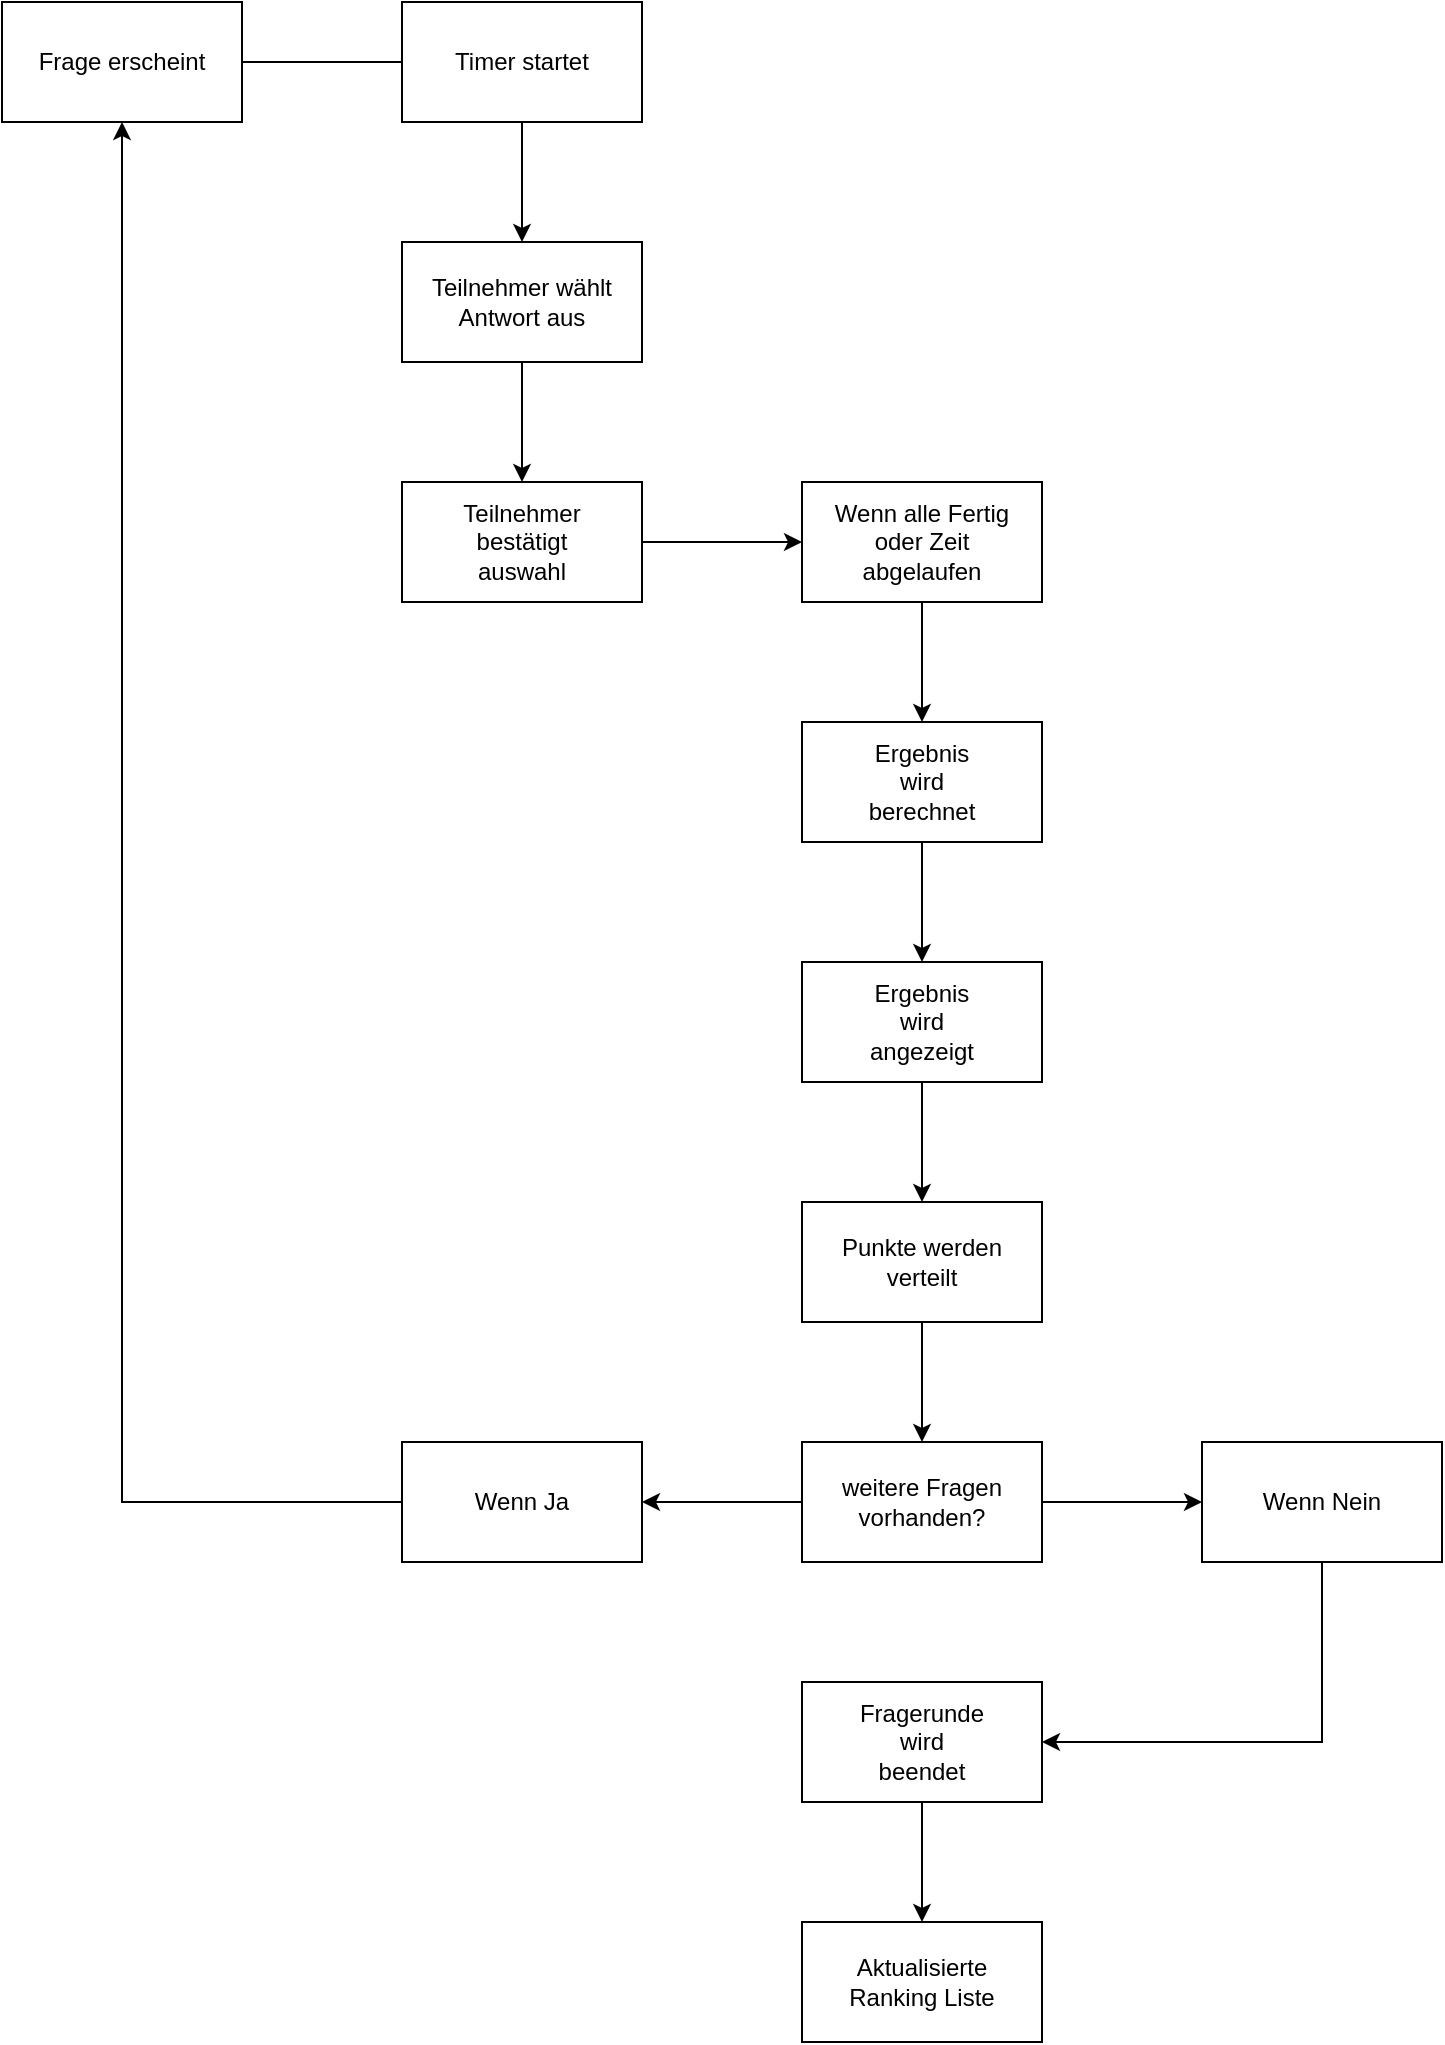
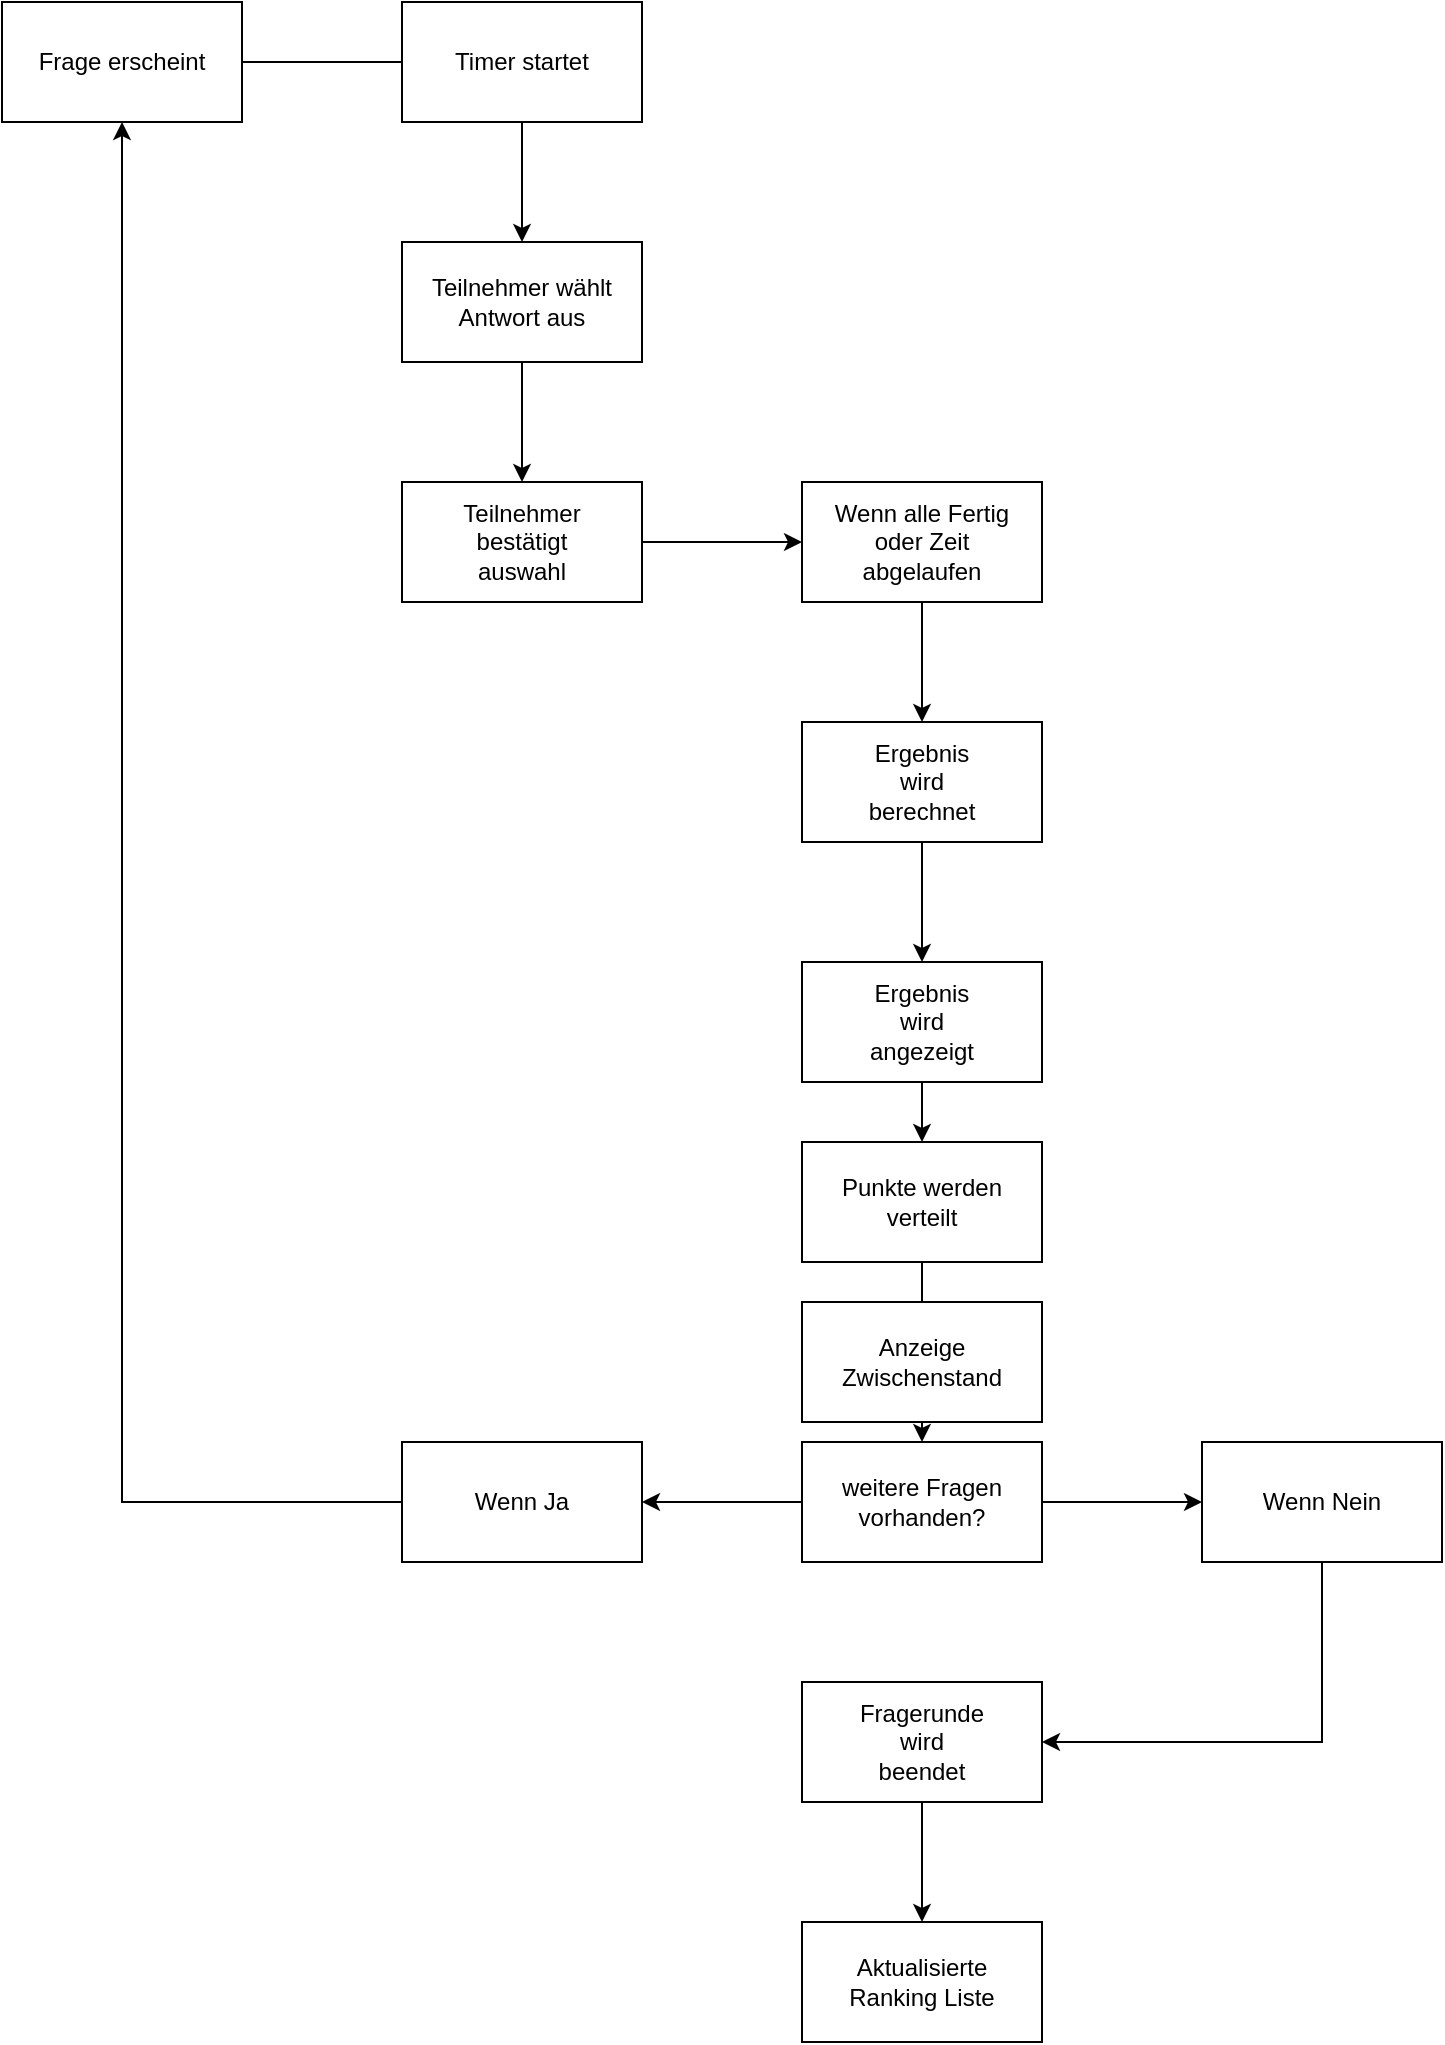
- <mxfile host="Electron" agent="Mozilla/5.0 (Windows NT 10.0; Win64; x64) AppleWebKit/537.36 (KHTML, like Gecko) draw.io/29.5.2 Chrome/142.0.7444.265 Electron/39.6.1 Safari/537.36" version="29.5.2">
-   <diagram name="Seite-1" id="wYHYui163Ssy1RhnG5bx">
-     <mxGraphModel dx="1110" dy="583" grid="1" gridSize="10" guides="1" tooltips="1" connect="1" arrows="1" fold="1" page="1" pageScale="1" pageWidth="827" pageHeight="1169" math="0" shadow="0">
-       <root>
-         <mxCell id="0" />
-         <mxCell id="1" parent="0" />
-         <mxCell id="5l6g8R8Hy1Hg1AqNE1mM-1" parent="1" style="rounded=0;whiteSpace=wrap;html=1;" value="Frage erscheint" vertex="1">
-           <mxGeometry height="60" width="120" x="360" as="geometry" />
-         </mxCell>
-         <mxCell id="5l6g8R8Hy1Hg1AqNE1mM-9" edge="1" parent="1" source="5l6g8R8Hy1Hg1AqNE1mM-2" style="edgeStyle=orthogonalEdgeStyle;rounded=0;orthogonalLoop=1;jettySize=auto;html=1;exitX=0.5;exitY=1;exitDx=0;exitDy=0;entryX=0.5;entryY=0;entryDx=0;entryDy=0;" target="5l6g8R8Hy1Hg1AqNE1mM-3">
-           <mxGeometry relative="1" as="geometry" />
-         </mxCell>
-         <mxCell id="5l6g8R8Hy1Hg1AqNE1mM-2" parent="1" style="rounded=0;whiteSpace=wrap;html=1;" value="Timer startet" vertex="1">
-           <mxGeometry height="60" width="120" x="560" as="geometry" />
-         </mxCell>
-         <mxCell id="5l6g8R8Hy1Hg1AqNE1mM-10" edge="1" parent="1" source="5l6g8R8Hy1Hg1AqNE1mM-3" style="edgeStyle=orthogonalEdgeStyle;rounded=0;orthogonalLoop=1;jettySize=auto;html=1;exitX=0.5;exitY=1;exitDx=0;exitDy=0;entryX=0.5;entryY=0;entryDx=0;entryDy=0;" target="5l6g8R8Hy1Hg1AqNE1mM-8">
-           <mxGeometry relative="1" as="geometry" />
-         </mxCell>
-         <mxCell id="5l6g8R8Hy1Hg1AqNE1mM-3" parent="1" style="rounded=0;whiteSpace=wrap;html=1;" value="Teilnehmer wählt&lt;div&gt;Antwort aus&lt;/div&gt;" vertex="1">
-           <mxGeometry height="60" width="120" x="560" y="120" as="geometry" />
-         </mxCell>
-         <mxCell id="5l6g8R8Hy1Hg1AqNE1mM-6" edge="1" parent="1" source="5l6g8R8Hy1Hg1AqNE1mM-1" style="endArrow=none;html=1;rounded=0;entryX=0;entryY=0.5;entryDx=0;entryDy=0;exitX=1;exitY=0.5;exitDx=0;exitDy=0;" target="5l6g8R8Hy1Hg1AqNE1mM-2" value="">
-           <mxGeometry height="50" relative="1" width="50" as="geometry">
-             <mxPoint x="390" y="210" as="sourcePoint" />
-             <mxPoint x="440" y="160" as="targetPoint" />
-           </mxGeometry>
-         </mxCell>
-         <mxCell id="5l6g8R8Hy1Hg1AqNE1mM-13" edge="1" parent="1" source="5l6g8R8Hy1Hg1AqNE1mM-8" style="edgeStyle=orthogonalEdgeStyle;rounded=0;orthogonalLoop=1;jettySize=auto;html=1;exitX=1;exitY=0.5;exitDx=0;exitDy=0;entryX=0;entryY=0.5;entryDx=0;entryDy=0;" target="5l6g8R8Hy1Hg1AqNE1mM-11">
-           <mxGeometry relative="1" as="geometry" />
-         </mxCell>
-         <mxCell id="5l6g8R8Hy1Hg1AqNE1mM-8" parent="1" style="rounded=0;whiteSpace=wrap;html=1;" value="Teilnehmer&lt;div&gt;bestätigt&lt;/div&gt;&lt;div&gt;auswahl&lt;/div&gt;" vertex="1">
-           <mxGeometry height="60" width="120" x="560" y="240" as="geometry" />
-         </mxCell>
-         <mxCell id="5l6g8R8Hy1Hg1AqNE1mM-25" edge="1" parent="1" source="5l6g8R8Hy1Hg1AqNE1mM-11" style="edgeStyle=orthogonalEdgeStyle;rounded=0;orthogonalLoop=1;jettySize=auto;html=1;exitX=0.5;exitY=1;exitDx=0;exitDy=0;entryX=0.5;entryY=0;entryDx=0;entryDy=0;" target="5l6g8R8Hy1Hg1AqNE1mM-15">
-           <mxGeometry relative="1" as="geometry" />
-         </mxCell>
-         <mxCell id="5l6g8R8Hy1Hg1AqNE1mM-11" parent="1" style="rounded=0;whiteSpace=wrap;html=1;" value="Wenn alle Fertig&lt;div&gt;oder Zeit&lt;/div&gt;&lt;div&gt;abgelaufen&lt;/div&gt;" vertex="1">
-           <mxGeometry height="60" width="120" x="760" y="240" as="geometry" />
-         </mxCell>
-         <mxCell id="5l6g8R8Hy1Hg1AqNE1mM-30" edge="1" parent="1" source="5l6g8R8Hy1Hg1AqNE1mM-12" style="edgeStyle=orthogonalEdgeStyle;rounded=0;orthogonalLoop=1;jettySize=auto;html=1;exitX=0.5;exitY=1;exitDx=0;exitDy=0;" target="5l6g8R8Hy1Hg1AqNE1mM-29">
-           <mxGeometry relative="1" as="geometry" />
-         </mxCell>
-         <mxCell id="5l6g8R8Hy1Hg1AqNE1mM-12" parent="1" style="rounded=0;whiteSpace=wrap;html=1;" value="Fragerunde&lt;div&gt;wird&lt;/div&gt;&lt;div&gt;beendet&lt;/div&gt;" vertex="1">
-           <mxGeometry height="60" width="120" x="760" y="840" as="geometry" />
-         </mxCell>
-         <mxCell id="5l6g8R8Hy1Hg1AqNE1mM-26" edge="1" parent="1" source="5l6g8R8Hy1Hg1AqNE1mM-15" style="edgeStyle=orthogonalEdgeStyle;rounded=0;orthogonalLoop=1;jettySize=auto;html=1;exitX=0.5;exitY=1;exitDx=0;exitDy=0;entryX=0.5;entryY=0;entryDx=0;entryDy=0;" target="5l6g8R8Hy1Hg1AqNE1mM-16">
-           <mxGeometry relative="1" as="geometry" />
-         </mxCell>
-         <mxCell id="5l6g8R8Hy1Hg1AqNE1mM-15" parent="1" style="rounded=0;whiteSpace=wrap;html=1;" value="Ergebnis&lt;div&gt;wird&lt;/div&gt;&lt;div&gt;berechnet&lt;/div&gt;" vertex="1">
-           <mxGeometry height="60" width="120" x="760" y="360" as="geometry" />
-         </mxCell>
-         <mxCell id="5l6g8R8Hy1Hg1AqNE1mM-27" edge="1" parent="1" source="5l6g8R8Hy1Hg1AqNE1mM-16" style="edgeStyle=orthogonalEdgeStyle;rounded=0;orthogonalLoop=1;jettySize=auto;html=1;exitX=0.5;exitY=1;exitDx=0;exitDy=0;entryX=0.5;entryY=0;entryDx=0;entryDy=0;" target="5l6g8R8Hy1Hg1AqNE1mM-17">
-           <mxGeometry relative="1" as="geometry" />
-         </mxCell>
-         <mxCell id="5l6g8R8Hy1Hg1AqNE1mM-16" parent="1" style="rounded=0;whiteSpace=wrap;html=1;" value="Ergebnis&lt;div&gt;wird&lt;/div&gt;&lt;div&gt;angezeigt&lt;/div&gt;" vertex="1">
-           <mxGeometry height="60" width="120" x="760" y="480" as="geometry" />
-         </mxCell>
-         <mxCell id="5l6g8R8Hy1Hg1AqNE1mM-28" edge="1" parent="1" source="5l6g8R8Hy1Hg1AqNE1mM-17" style="edgeStyle=orthogonalEdgeStyle;rounded=0;orthogonalLoop=1;jettySize=auto;html=1;exitX=0.5;exitY=1;exitDx=0;exitDy=0;entryX=0.5;entryY=0;entryDx=0;entryDy=0;" target="5l6g8R8Hy1Hg1AqNE1mM-18">
-           <mxGeometry relative="1" as="geometry" />
-         </mxCell>
-         <mxCell id="5l6g8R8Hy1Hg1AqNE1mM-17" parent="1" style="rounded=0;whiteSpace=wrap;html=1;" value="Punkte werden&lt;div&gt;verteilt&lt;/div&gt;" vertex="1">
-           <mxGeometry height="60" width="120" x="760" y="600" as="geometry" />
-         </mxCell>
-         <mxCell id="5l6g8R8Hy1Hg1AqNE1mM-22" edge="1" parent="1" source="5l6g8R8Hy1Hg1AqNE1mM-18" style="edgeStyle=orthogonalEdgeStyle;rounded=0;orthogonalLoop=1;jettySize=auto;html=1;exitX=1;exitY=0.5;exitDx=0;exitDy=0;entryX=0;entryY=0.5;entryDx=0;entryDy=0;" target="5l6g8R8Hy1Hg1AqNE1mM-20">
-           <mxGeometry relative="1" as="geometry" />
-         </mxCell>
-         <mxCell id="5l6g8R8Hy1Hg1AqNE1mM-23" edge="1" parent="1" source="5l6g8R8Hy1Hg1AqNE1mM-18" style="edgeStyle=orthogonalEdgeStyle;rounded=0;orthogonalLoop=1;jettySize=auto;html=1;exitX=0;exitY=0.5;exitDx=0;exitDy=0;entryX=1;entryY=0.5;entryDx=0;entryDy=0;" target="5l6g8R8Hy1Hg1AqNE1mM-19">
-           <mxGeometry relative="1" as="geometry" />
-         </mxCell>
-         <mxCell id="5l6g8R8Hy1Hg1AqNE1mM-18" parent="1" style="rounded=0;whiteSpace=wrap;html=1;" value="weitere Fragen vorhanden?" vertex="1">
-           <mxGeometry height="60" width="120" x="760" y="720" as="geometry" />
-         </mxCell>
-         <mxCell id="5l6g8R8Hy1Hg1AqNE1mM-24" edge="1" parent="1" source="5l6g8R8Hy1Hg1AqNE1mM-19" style="edgeStyle=orthogonalEdgeStyle;rounded=0;orthogonalLoop=1;jettySize=auto;html=1;exitX=0;exitY=0.5;exitDx=0;exitDy=0;entryX=0.5;entryY=1;entryDx=0;entryDy=0;" target="5l6g8R8Hy1Hg1AqNE1mM-1">
-           <mxGeometry relative="1" as="geometry" />
-         </mxCell>
-         <mxCell id="5l6g8R8Hy1Hg1AqNE1mM-19" parent="1" style="rounded=0;whiteSpace=wrap;html=1;" value="Wenn Ja" vertex="1">
-           <mxGeometry height="60" width="120" x="560" y="720" as="geometry" />
-         </mxCell>
-         <mxCell id="5l6g8R8Hy1Hg1AqNE1mM-21" edge="1" parent="1" source="5l6g8R8Hy1Hg1AqNE1mM-20" style="edgeStyle=orthogonalEdgeStyle;rounded=0;orthogonalLoop=1;jettySize=auto;html=1;exitX=0.5;exitY=1;exitDx=0;exitDy=0;entryX=1;entryY=0.5;entryDx=0;entryDy=0;" target="5l6g8R8Hy1Hg1AqNE1mM-12">
-           <mxGeometry relative="1" as="geometry" />
-         </mxCell>
-         <mxCell id="5l6g8R8Hy1Hg1AqNE1mM-20" parent="1" style="rounded=0;whiteSpace=wrap;html=1;" value="Wenn Nein" vertex="1">
-           <mxGeometry height="60" width="120" x="960" y="720" as="geometry" />
-         </mxCell>
-         <mxCell id="5l6g8R8Hy1Hg1AqNE1mM-29" parent="1" style="rounded=0;whiteSpace=wrap;html=1;" value="Aktualisierte&lt;div&gt;Ranking Liste&lt;/div&gt;" vertex="1">
-           <mxGeometry height="60" width="120" x="760" y="960" as="geometry" />
-         </mxCell>
-       </root>
-     </mxGraphModel>
-   </diagram>
- </mxfile>
+ <mxfile host="65bd71144e">
+     <diagram name="Seite-1" id="wYHYui163Ssy1RhnG5bx">
+         <mxGraphModel dx="869" dy="384" grid="1" gridSize="10" guides="1" tooltips="1" connect="1" arrows="1" fold="1" page="1" pageScale="1" pageWidth="827" pageHeight="1169" math="0" shadow="0">
+             <root>
+                 <mxCell id="0"/>
+                 <mxCell id="1" parent="0"/>
+                 <mxCell id="5l6g8R8Hy1Hg1AqNE1mM-1" value="Frage erscheint" style="rounded=0;whiteSpace=wrap;html=1;" parent="1" vertex="1">
+                     <mxGeometry x="360" width="120" height="60" as="geometry"/>
+                 </mxCell>
+                 <mxCell id="5l6g8R8Hy1Hg1AqNE1mM-9" style="edgeStyle=orthogonalEdgeStyle;rounded=0;orthogonalLoop=1;jettySize=auto;html=1;exitX=0.5;exitY=1;exitDx=0;exitDy=0;entryX=0.5;entryY=0;entryDx=0;entryDy=0;" parent="1" source="5l6g8R8Hy1Hg1AqNE1mM-2" target="5l6g8R8Hy1Hg1AqNE1mM-3" edge="1">
+                     <mxGeometry relative="1" as="geometry"/>
+                 </mxCell>
+                 <mxCell id="5l6g8R8Hy1Hg1AqNE1mM-2" value="Timer startet" style="rounded=0;whiteSpace=wrap;html=1;" parent="1" vertex="1">
+                     <mxGeometry x="560" width="120" height="60" as="geometry"/>
+                 </mxCell>
+                 <mxCell id="5l6g8R8Hy1Hg1AqNE1mM-10" style="edgeStyle=orthogonalEdgeStyle;rounded=0;orthogonalLoop=1;jettySize=auto;html=1;exitX=0.5;exitY=1;exitDx=0;exitDy=0;entryX=0.5;entryY=0;entryDx=0;entryDy=0;" parent="1" source="5l6g8R8Hy1Hg1AqNE1mM-3" target="5l6g8R8Hy1Hg1AqNE1mM-8" edge="1">
+                     <mxGeometry relative="1" as="geometry"/>
+                 </mxCell>
+                 <mxCell id="5l6g8R8Hy1Hg1AqNE1mM-3" value="Teilnehmer wählt&lt;div&gt;Antwort aus&lt;/div&gt;" style="rounded=0;whiteSpace=wrap;html=1;" parent="1" vertex="1">
+                     <mxGeometry x="560" y="120" width="120" height="60" as="geometry"/>
+                 </mxCell>
+                 <mxCell id="5l6g8R8Hy1Hg1AqNE1mM-6" value="" style="endArrow=none;html=1;rounded=0;entryX=0;entryY=0.5;entryDx=0;entryDy=0;exitX=1;exitY=0.5;exitDx=0;exitDy=0;" parent="1" source="5l6g8R8Hy1Hg1AqNE1mM-1" target="5l6g8R8Hy1Hg1AqNE1mM-2" edge="1">
+                     <mxGeometry width="50" height="50" relative="1" as="geometry">
+                         <mxPoint x="390" y="210" as="sourcePoint"/>
+                         <mxPoint x="440" y="160" as="targetPoint"/>
+                     </mxGeometry>
+                 </mxCell>
+                 <mxCell id="5l6g8R8Hy1Hg1AqNE1mM-13" style="edgeStyle=orthogonalEdgeStyle;rounded=0;orthogonalLoop=1;jettySize=auto;html=1;exitX=1;exitY=0.5;exitDx=0;exitDy=0;entryX=0;entryY=0.5;entryDx=0;entryDy=0;" parent="1" source="5l6g8R8Hy1Hg1AqNE1mM-8" target="5l6g8R8Hy1Hg1AqNE1mM-11" edge="1">
+                     <mxGeometry relative="1" as="geometry"/>
+                 </mxCell>
+                 <mxCell id="5l6g8R8Hy1Hg1AqNE1mM-8" value="Teilnehmer&lt;div&gt;bestätigt&lt;/div&gt;&lt;div&gt;auswahl&lt;/div&gt;" style="rounded=0;whiteSpace=wrap;html=1;" parent="1" vertex="1">
+                     <mxGeometry x="560" y="240" width="120" height="60" as="geometry"/>
+                 </mxCell>
+                 <mxCell id="5l6g8R8Hy1Hg1AqNE1mM-25" style="edgeStyle=orthogonalEdgeStyle;rounded=0;orthogonalLoop=1;jettySize=auto;html=1;exitX=0.5;exitY=1;exitDx=0;exitDy=0;entryX=0.5;entryY=0;entryDx=0;entryDy=0;" parent="1" source="5l6g8R8Hy1Hg1AqNE1mM-11" target="5l6g8R8Hy1Hg1AqNE1mM-15" edge="1">
+                     <mxGeometry relative="1" as="geometry"/>
+                 </mxCell>
+                 <mxCell id="5l6g8R8Hy1Hg1AqNE1mM-11" value="Wenn alle Fertig&lt;div&gt;oder Zeit&lt;/div&gt;&lt;div&gt;abgelaufen&lt;/div&gt;" style="rounded=0;whiteSpace=wrap;html=1;" parent="1" vertex="1">
+                     <mxGeometry x="760" y="240" width="120" height="60" as="geometry"/>
+                 </mxCell>
+                 <mxCell id="5l6g8R8Hy1Hg1AqNE1mM-30" style="edgeStyle=orthogonalEdgeStyle;rounded=0;orthogonalLoop=1;jettySize=auto;html=1;exitX=0.5;exitY=1;exitDx=0;exitDy=0;" parent="1" source="5l6g8R8Hy1Hg1AqNE1mM-12" target="5l6g8R8Hy1Hg1AqNE1mM-29" edge="1">
+                     <mxGeometry relative="1" as="geometry"/>
+                 </mxCell>
+                 <mxCell id="5l6g8R8Hy1Hg1AqNE1mM-12" value="Fragerunde&lt;div&gt;wird&lt;/div&gt;&lt;div&gt;beendet&lt;/div&gt;" style="rounded=0;whiteSpace=wrap;html=1;" parent="1" vertex="1">
+                     <mxGeometry x="760" y="840" width="120" height="60" as="geometry"/>
+                 </mxCell>
+                 <mxCell id="5l6g8R8Hy1Hg1AqNE1mM-26" style="edgeStyle=orthogonalEdgeStyle;rounded=0;orthogonalLoop=1;jettySize=auto;html=1;exitX=0.5;exitY=1;exitDx=0;exitDy=0;entryX=0.5;entryY=0;entryDx=0;entryDy=0;" parent="1" source="5l6g8R8Hy1Hg1AqNE1mM-15" target="5l6g8R8Hy1Hg1AqNE1mM-16" edge="1">
+                     <mxGeometry relative="1" as="geometry"/>
+                 </mxCell>
+                 <mxCell id="5l6g8R8Hy1Hg1AqNE1mM-15" value="Ergebnis&lt;div&gt;wird&lt;/div&gt;&lt;div&gt;berechnet&lt;/div&gt;" style="rounded=0;whiteSpace=wrap;html=1;" parent="1" vertex="1">
+                     <mxGeometry x="760" y="360" width="120" height="60" as="geometry"/>
+                 </mxCell>
+                 <mxCell id="5l6g8R8Hy1Hg1AqNE1mM-27" style="edgeStyle=orthogonalEdgeStyle;rounded=0;orthogonalLoop=1;jettySize=auto;html=1;exitX=0.5;exitY=1;exitDx=0;exitDy=0;entryX=0.5;entryY=0;entryDx=0;entryDy=0;" parent="1" source="5l6g8R8Hy1Hg1AqNE1mM-16" target="5l6g8R8Hy1Hg1AqNE1mM-17" edge="1">
+                     <mxGeometry relative="1" as="geometry"/>
+                 </mxCell>
+                 <mxCell id="5l6g8R8Hy1Hg1AqNE1mM-16" value="Ergebnis&lt;div&gt;wird&lt;/div&gt;&lt;div&gt;angezeigt&lt;/div&gt;" style="rounded=0;whiteSpace=wrap;html=1;" parent="1" vertex="1">
+                     <mxGeometry x="760" y="480" width="120" height="60" as="geometry"/>
+                 </mxCell>
+                 <mxCell id="5l6g8R8Hy1Hg1AqNE1mM-28" style="edgeStyle=orthogonalEdgeStyle;rounded=0;orthogonalLoop=1;jettySize=auto;html=1;exitX=0.5;exitY=1;exitDx=0;exitDy=0;entryX=0.5;entryY=0;entryDx=0;entryDy=0;" parent="1" source="5l6g8R8Hy1Hg1AqNE1mM-17" target="5l6g8R8Hy1Hg1AqNE1mM-18" edge="1">
+                     <mxGeometry relative="1" as="geometry"/>
+                 </mxCell>
+                 <mxCell id="5l6g8R8Hy1Hg1AqNE1mM-17" value="Punkte werden&lt;div&gt;verteilt&lt;/div&gt;" style="rounded=0;whiteSpace=wrap;html=1;" parent="1" vertex="1">
+                     <mxGeometry x="760" y="570" width="120" height="60" as="geometry"/>
+                 </mxCell>
+                 <mxCell id="5l6g8R8Hy1Hg1AqNE1mM-22" style="edgeStyle=orthogonalEdgeStyle;rounded=0;orthogonalLoop=1;jettySize=auto;html=1;exitX=1;exitY=0.5;exitDx=0;exitDy=0;entryX=0;entryY=0.5;entryDx=0;entryDy=0;" parent="1" source="5l6g8R8Hy1Hg1AqNE1mM-18" target="5l6g8R8Hy1Hg1AqNE1mM-20" edge="1">
+                     <mxGeometry relative="1" as="geometry"/>
+                 </mxCell>
+                 <mxCell id="5l6g8R8Hy1Hg1AqNE1mM-23" style="edgeStyle=orthogonalEdgeStyle;rounded=0;orthogonalLoop=1;jettySize=auto;html=1;exitX=0;exitY=0.5;exitDx=0;exitDy=0;entryX=1;entryY=0.5;entryDx=0;entryDy=0;" parent="1" source="5l6g8R8Hy1Hg1AqNE1mM-18" target="5l6g8R8Hy1Hg1AqNE1mM-19" edge="1">
+                     <mxGeometry relative="1" as="geometry"/>
+                 </mxCell>
+                 <mxCell id="5l6g8R8Hy1Hg1AqNE1mM-18" value="weitere Fragen vorhanden?" style="rounded=0;whiteSpace=wrap;html=1;" parent="1" vertex="1">
+                     <mxGeometry x="760" y="720" width="120" height="60" as="geometry"/>
+                 </mxCell>
+                 <mxCell id="5l6g8R8Hy1Hg1AqNE1mM-24" style="edgeStyle=orthogonalEdgeStyle;rounded=0;orthogonalLoop=1;jettySize=auto;html=1;exitX=0;exitY=0.5;exitDx=0;exitDy=0;entryX=0.5;entryY=1;entryDx=0;entryDy=0;" parent="1" source="5l6g8R8Hy1Hg1AqNE1mM-19" target="5l6g8R8Hy1Hg1AqNE1mM-1" edge="1">
+                     <mxGeometry relative="1" as="geometry"/>
+                 </mxCell>
+                 <mxCell id="5l6g8R8Hy1Hg1AqNE1mM-19" value="Wenn Ja" style="rounded=0;whiteSpace=wrap;html=1;" parent="1" vertex="1">
+                     <mxGeometry x="560" y="720" width="120" height="60" as="geometry"/>
+                 </mxCell>
+                 <mxCell id="5l6g8R8Hy1Hg1AqNE1mM-21" style="edgeStyle=orthogonalEdgeStyle;rounded=0;orthogonalLoop=1;jettySize=auto;html=1;exitX=0.5;exitY=1;exitDx=0;exitDy=0;entryX=1;entryY=0.5;entryDx=0;entryDy=0;" parent="1" source="5l6g8R8Hy1Hg1AqNE1mM-20" target="5l6g8R8Hy1Hg1AqNE1mM-12" edge="1">
+                     <mxGeometry relative="1" as="geometry"/>
+                 </mxCell>
+                 <mxCell id="5l6g8R8Hy1Hg1AqNE1mM-20" value="Wenn Nein" style="rounded=0;whiteSpace=wrap;html=1;" parent="1" vertex="1">
+                     <mxGeometry x="960" y="720" width="120" height="60" as="geometry"/>
+                 </mxCell>
+                 <mxCell id="5l6g8R8Hy1Hg1AqNE1mM-29" value="Aktualisierte&lt;div&gt;Ranking Liste&lt;/div&gt;" style="rounded=0;whiteSpace=wrap;html=1;" parent="1" vertex="1">
+                     <mxGeometry x="760" y="960" width="120" height="60" as="geometry"/>
+                 </mxCell>
+                 <mxCell id="2" value="Anzeige Zwischenstand" style="rounded=0;whiteSpace=wrap;html=1;" vertex="1" parent="1">
+                     <mxGeometry x="760" y="650" width="120" height="60" as="geometry"/>
+                 </mxCell>
+             </root>
+         </mxGraphModel>
+     </diagram>
+ </mxfile>